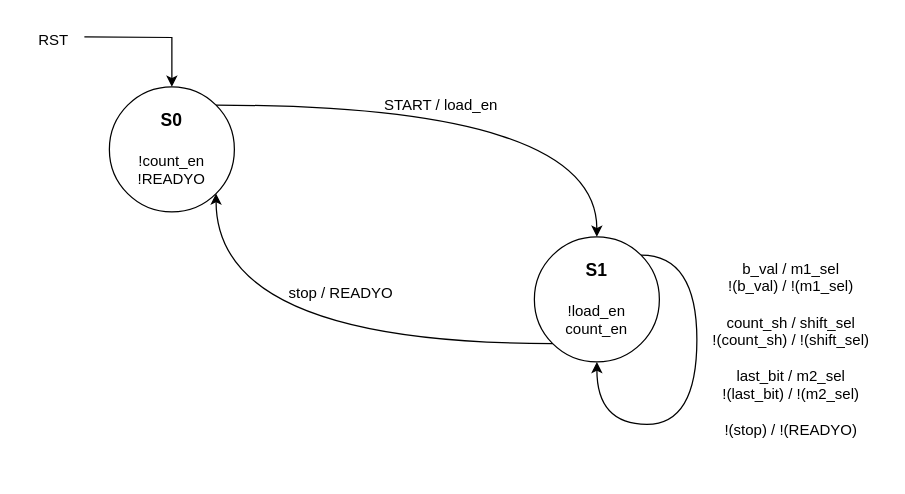
The draw.io diagram page "controller" (3 of 3) of Moazzam/doc/Seq_multiplier_val_rd.drawio in medsuet/Xcelerium-IC-Design-Training, before the edit. Source tidied: cells renumbered, new cells numbered last; positions are measured from the earlier drawing's top-left corner, leaving out a move shared by most shapes. Both pictures are drawn from the tidied source at 125%, with x=0, y=0 at pixel (21, 21).
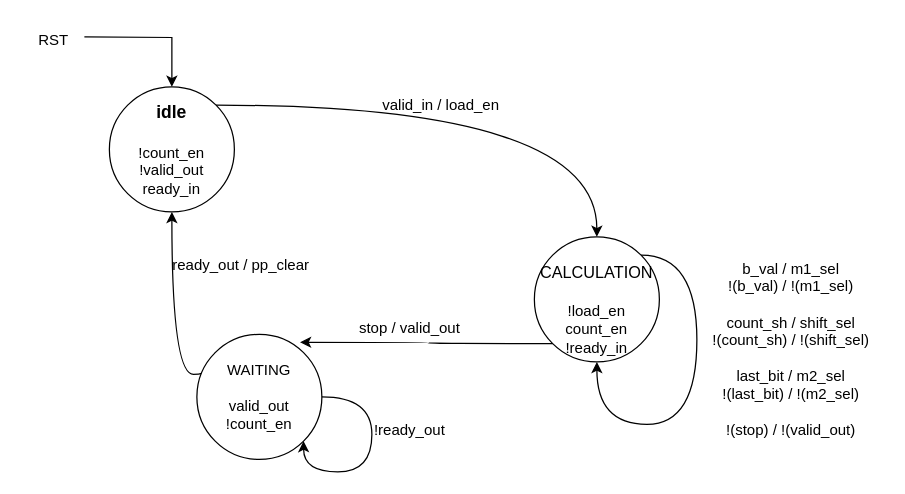
The same page after the edit.

The edit, as a diff of the source:
```diff
@@
-    <mxCell id="2" style="edgeStyle=orthogonalEdgeStyle;rounded=0;jettySize=auto;html=1;exitX=1;exitY=0;exitDx=0;exitDy=0;entryX=0.5;entryY=0;entryDx=0;entryDy=0;curved=1;" parent="1" edge="1" source="4" target="6">
-      <mxGeometry relative="1" as="geometry" />
-    </mxCell>
-    <mxCell id="3" style="edgeStyle=orthogonalEdgeStyle;rounded=0;jettySize=auto;html=1;exitX=0.5;exitY=0;exitDx=0;exitDy=0;entryX=0.5;entryY=0;entryDx=0;entryDy=0;" parent="1" edge="1" target="4">
-      <mxGeometry relative="1" as="geometry">
-        <mxPoint x="50" y="12" as="sourcePoint" />
-      </mxGeometry>
-    </mxCell>
-    <mxCell id="4" value="&lt;font style=&quot;font-size: 14px;&quot;&gt;&lt;b&gt;S0&lt;/b&gt;&lt;/font&gt;&lt;div&gt;&lt;font style=&quot;font-size: 14px;&quot;&gt;&lt;b&gt;&lt;br&gt;&lt;/b&gt;&lt;/font&gt;&lt;/div&gt;&lt;div style=&quot;&quot;&gt;&lt;font style=&quot;font-size: 12px;&quot;&gt;!count_en&lt;/font&gt;&lt;/div&gt;&lt;div style=&quot;&quot;&gt;&lt;font style=&quot;font-size: 12px;&quot;&gt;!READYO&lt;/font&gt;&lt;/div&gt;" style="ellipse;whiteSpace=wrap;html=1;" parent="1" vertex="1">
-      <mxGeometry x="70" y="52" width="100" height="100" as="geometry" />
-    </mxCell>
-    <mxCell id="5" style="edgeStyle=orthogonalEdgeStyle;rounded=0;jettySize=auto;html=1;exitX=0;exitY=1;exitDx=0;exitDy=0;entryX=1;entryY=1;entryDx=0;entryDy=0;curved=1;" parent="1" edge="1" source="6" target="4">
-      <mxGeometry relative="1" as="geometry" />
-    </mxCell>
-    <mxCell id="6" value="&lt;font style=&quot;font-size: 14px;&quot;&gt;&lt;b&gt;S1&lt;/b&gt;&lt;/font&gt;&lt;div&gt;&lt;font style=&quot;font-size: 14px;&quot;&gt;&lt;b&gt;&lt;br&gt;&lt;/b&gt;&lt;/font&gt;&lt;/div&gt;&lt;div style=&quot;&quot;&gt;&lt;font style=&quot;font-size: 12px;&quot;&gt;!load_en&lt;/font&gt;&lt;/div&gt;&lt;div style=&quot;&quot;&gt;&lt;font style=&quot;font-size: 12px;&quot;&gt;count_en&lt;/font&gt;&lt;/div&gt;" style="ellipse;whiteSpace=wrap;html=1;" parent="1" vertex="1">
-      <mxGeometry x="410" y="172" width="100" height="100" as="geometry" />
-    </mxCell>
+    <mxCell id="12" style="edgeStyle=orthogonalEdgeStyle;rounded=0;jettySize=auto;html=1;exitX=1;exitY=0;exitDx=0;exitDy=0;entryX=0.5;entryY=0;entryDx=0;entryDy=0;curved=1;" parent="1" edge="1" source="14" target="16">
+      <mxGeometry relative="1" as="geometry" />
+    </mxCell>
+    <mxCell id="13" style="edgeStyle=orthogonalEdgeStyle;rounded=0;jettySize=auto;html=1;exitX=0.5;exitY=0;exitDx=0;exitDy=0;entryX=0.5;entryY=0;entryDx=0;entryDy=0;" parent="1" edge="1" target="14">
+      <mxGeometry relative="1" as="geometry">
+        <mxPoint x="50" y="12" as="sourcePoint" />
+      </mxGeometry>
+    </mxCell>
+    <mxCell id="14" value="&lt;span style=&quot;font-size: 14px;&quot;&gt;&lt;b&gt;idle&lt;/b&gt;&lt;/span&gt;&lt;br&gt;&lt;div&gt;&lt;font style=&quot;font-size: 14px;&quot;&gt;&lt;b&gt;&lt;br&gt;&lt;/b&gt;&lt;/font&gt;&lt;/div&gt;&lt;div style=&quot;&quot;&gt;&lt;font style=&quot;font-size: 12px;&quot;&gt;!count_en&lt;/font&gt;&lt;/div&gt;&lt;div style=&quot;&quot;&gt;&lt;font style=&quot;font-size: 12px;&quot;&gt;!valid_out&lt;/font&gt;&lt;/div&gt;&lt;div style=&quot;&quot;&gt;&lt;font style=&quot;font-size: 12px;&quot;&gt;ready_in&lt;/font&gt;&lt;/div&gt;" style="ellipse;whiteSpace=wrap;html=1;" parent="1" vertex="1">
+      <mxGeometry x="70" y="52" width="100" height="100" as="geometry" />
+    </mxCell>
+    <mxCell id="15" style="edgeStyle=orthogonalEdgeStyle;rounded=0;jettySize=auto;html=1;exitX=0;exitY=1;exitDx=0;exitDy=0;entryX=0.825;entryY=0.063;entryDx=0;entryDy=0;curved=1;entryPerimeter=0;" parent="1" edge="1" source="16" target="22">
+      <mxGeometry relative="1" as="geometry" />
+    </mxCell>
+    <mxCell id="16" value="&lt;div&gt;&lt;font style=&quot;font-size: 13px;&quot;&gt;&lt;br&gt;&lt;/font&gt;&lt;/div&gt;&lt;font style=&quot;font-size: 13px;&quot;&gt;CALCULATION&lt;/font&gt;&lt;br&gt;&lt;div&gt;&lt;font style=&quot;font-size: 14px;&quot;&gt;&lt;b&gt;&lt;br&gt;&lt;/b&gt;&lt;/font&gt;&lt;/div&gt;&lt;div style=&quot;&quot;&gt;&lt;font style=&quot;font-size: 12px;&quot;&gt;!load_en&lt;/font&gt;&lt;/div&gt;&lt;div style=&quot;&quot;&gt;&lt;font style=&quot;font-size: 12px;&quot;&gt;count_en&lt;br&gt;!ready_in&lt;/font&gt;&lt;/div&gt;" style="ellipse;whiteSpace=wrap;html=1;" parent="1" vertex="1">
+      <mxGeometry x="410" y="172" width="100" height="100" as="geometry" />
+    </mxCell>
@@
-    <mxCell id="8" value="START / load_en" style="text;html=1;align=center;verticalAlign=middle;strokeColor=none;fillColor=none;" parent="1" vertex="1">
-      <mxGeometry x="280" y="52" width="110" height="30" as="geometry" />
-    </mxCell>
-    <mxCell id="9" style="edgeStyle=orthogonalEdgeStyle;rounded=0;orthogonalLoop=1;jettySize=auto;html=1;exitX=1;exitY=0;exitDx=0;exitDy=0;entryX=0.5;entryY=1;entryDx=0;entryDy=0;curved=1;" parent="1" edge="1" source="6" target="6">
-      <mxGeometry relative="1" as="geometry">
-        <Array as="points">
-          <mxPoint x="540" y="187" />
-          <mxPoint x="540" y="322" />
-          <mxPoint x="460" y="322" />
-        </Array>
-      </mxGeometry>
-    </mxCell>
-    <mxCell id="10" value="b_val / m1_sel&lt;div&gt;!(b_val) / !(m1_sel)&lt;/div&gt;&lt;div&gt;&lt;br&gt;&lt;/div&gt;&lt;div&gt;count_sh / shift_sel&lt;/div&gt;&lt;div&gt;!(count_sh) / !(shift_sel)&lt;/div&gt;&lt;div&gt;&lt;br&gt;&lt;/div&gt;&lt;div&gt;last_bit / m2_sel&lt;/div&gt;&lt;div&gt;!(last_bit) / !(m2_sel)&lt;/div&gt;&lt;div&gt;&lt;br&gt;&lt;/div&gt;&lt;div&gt;!(stop) / !(READYO)&lt;/div&gt;" style="text;html=1;align=center;verticalAlign=middle;strokeColor=none;fillColor=none;" parent="1" vertex="1">
-      <mxGeometry x="540" y="182" width="150" height="160" as="geometry" />
-    </mxCell>
-    <mxCell id="11" value="stop / READYO" style="text;html=1;align=center;verticalAlign=middle;strokeColor=none;fillColor=none;" parent="1" vertex="1">
-      <mxGeometry x="200" y="202" width="110" height="30" as="geometry" />
-    </mxCell>
+    <mxCell id="17" value="valid_in / load_en" style="text;html=1;align=center;verticalAlign=middle;strokeColor=none;fillColor=none;" parent="1" vertex="1">
+      <mxGeometry x="275" y="52" width="120" height="30" as="geometry" />
+    </mxCell>
+    <mxCell id="18" style="edgeStyle=orthogonalEdgeStyle;rounded=0;orthogonalLoop=1;jettySize=auto;html=1;exitX=1;exitY=0;exitDx=0;exitDy=0;entryX=0.5;entryY=1;entryDx=0;entryDy=0;curved=1;" parent="1" edge="1" source="16" target="16">
+      <mxGeometry relative="1" as="geometry">
+        <Array as="points">
+          <mxPoint x="540" y="187" />
+          <mxPoint x="540" y="322" />
+          <mxPoint x="460" y="322" />
+        </Array>
+      </mxGeometry>
+    </mxCell>
+    <mxCell id="19" value="b_val / m1_sel&lt;div&gt;!(b_val) / !(m1_sel)&lt;/div&gt;&lt;div&gt;&lt;br&gt;&lt;/div&gt;&lt;div&gt;count_sh / shift_sel&lt;/div&gt;&lt;div&gt;!(count_sh) / !(shift_sel)&lt;/div&gt;&lt;div&gt;&lt;br&gt;&lt;/div&gt;&lt;div&gt;last_bit / m2_sel&lt;/div&gt;&lt;div&gt;!(last_bit) / !(m2_sel)&lt;/div&gt;&lt;div&gt;&lt;br&gt;&lt;/div&gt;&lt;div&gt;!(stop) / !(valid_out)&lt;/div&gt;" style="text;html=1;align=center;verticalAlign=middle;strokeColor=none;fillColor=none;" parent="1" vertex="1">
+      <mxGeometry x="540" y="182" width="150" height="160" as="geometry" />
+    </mxCell>
+    <mxCell id="20" value="stop / valid_out" style="text;html=1;align=center;verticalAlign=middle;strokeColor=none;fillColor=none;" parent="1" vertex="1">
+      <mxGeometry x="260" y="230" width="100" height="30" as="geometry" />
+    </mxCell>
+    <mxCell id="21" style="edgeStyle=orthogonalEdgeStyle;rounded=0;jettySize=auto;html=1;exitX=0;exitY=0;exitDx=0;exitDy=0;entryX=0.5;entryY=1;entryDx=0;entryDy=0;curved=1;" parent="1" edge="1" source="22" target="14">
+      <mxGeometry relative="1" as="geometry">
+        <Array as="points">
+          <mxPoint x="120" y="282" />
+        </Array>
+      </mxGeometry>
+    </mxCell>
+    <mxCell id="22" value="&lt;div&gt;WAITING&lt;/div&gt;&lt;div&gt;&lt;br&gt;&lt;/div&gt;valid_out&lt;div&gt;!count_en&lt;/div&gt;" style="ellipse;whiteSpace=wrap;html=1;" parent="1" vertex="1">
+      <mxGeometry x="140" y="250" width="100" height="100" as="geometry" />
+    </mxCell>
+    <mxCell id="23" style="edgeStyle=orthogonalEdgeStyle;rounded=0;orthogonalLoop=1;jettySize=auto;html=1;exitX=1;exitY=0.5;exitDx=0;exitDy=0;entryX=1;entryY=1;entryDx=0;entryDy=0;curved=1;" parent="1" edge="1" source="22" target="22">
+      <mxGeometry relative="1" as="geometry">
+        <Array as="points">
+          <mxPoint x="280" y="300" />
+          <mxPoint x="280" y="360" />
+          <mxPoint x="225" y="360" />
+        </Array>
+      </mxGeometry>
+    </mxCell>
+    <mxCell id="24" value="!ready_out" style="text;html=1;align=center;verticalAlign=middle;strokeColor=none;fillColor=none;" parent="1" vertex="1">
+      <mxGeometry x="270" y="312" width="80" height="30" as="geometry" />
+    </mxCell>
+    <mxCell id="25" value="ready_out / pp_clear" style="text;html=1;align=center;verticalAlign=middle;strokeColor=none;fillColor=none;" parent="1" vertex="1">
+      <mxGeometry x="110" y="180" width="130" height="30" as="geometry" />
+    </mxCell>
```
